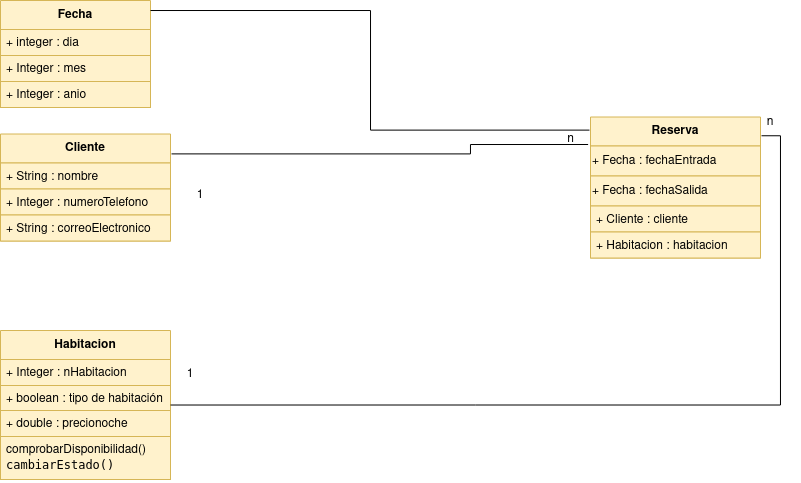
Above: asociacion.png in alejandrosalazargonzalez/asociacion (draw.io), before the change. Source tidied: cells renumbered, new cells last; positions are measured from the earlier drawing's top-left corner, leaving out a move shared by most shapes. The source it was exported from:
```xml
<mxGraphModel>
  <root>
    <mxCell id="0" />
    <mxCell id="1" parent="0" />
    <mxCell id="2" value="Habitacion" style="swimlane;fontStyle=1;align=center;verticalAlign=middle;horizontal=1;startSize=29;html=1;whiteSpace=wrap;fillColor=#fff2cc;strokeColor=#d6b656;" parent="1" vertex="1">
      <mxGeometry y="330" width="170" height="149" as="geometry" />
    </mxCell>
    <mxCell id="3" value="+ Integer : nHabitacion" style="text;strokeColor=#d6b656;fillColor=#fff2cc;align=left;verticalAlign=top;spacingLeft=4;spacingRight=4;overflow=hidden;whiteSpace=wrap;html=1;" parent="2" vertex="1">
      <mxGeometry y="29" width="170" height="26" as="geometry" />
    </mxCell>
    <mxCell id="4" value="+ boolean : tipo de habitación" style="text;strokeColor=#d6b656;fillColor=#fff2cc;align=left;verticalAlign=top;spacingLeft=4;spacingRight=4;overflow=hidden;whiteSpace=wrap;html=1;" parent="2" vertex="1">
      <mxGeometry y="55" width="170" height="25" as="geometry" />
    </mxCell>
    <mxCell id="5" value="+ double : precionoche" style="text;strokeColor=#d6b656;fillColor=#fff2cc;align=left;verticalAlign=top;spacingLeft=4;spacingRight=4;overflow=hidden;whiteSpace=wrap;html=1;" parent="2" vertex="1">
      <mxGeometry y="80" width="170" height="26" as="geometry" />
    </mxCell>
    <mxCell id="6" value="&lt;div&gt;comprobarDisponibilidad()&lt;/div&gt;&lt;div&gt;&lt;code&gt;cambiarEstado()&lt;/code&gt;&lt;/div&gt;" style="text;strokeColor=#d6b656;fillColor=#fff2cc;align=left;verticalAlign=top;spacingLeft=4;spacingRight=4;overflow=hidden;whiteSpace=wrap;html=1;" parent="2" vertex="1">
      <mxGeometry y="106" width="170" height="43" as="geometry" />
    </mxCell>
    <mxCell id="7" value="Cliente" style="swimlane;fontStyle=1;align=center;verticalAlign=middle;horizontal=1;startSize=29;html=1;whiteSpace=wrap;fillColor=#fff2cc;strokeColor=#d6b656;" parent="1" vertex="1">
      <mxGeometry y="133.5" width="170" height="107" as="geometry" />
    </mxCell>
    <mxCell id="8" value="+ String : nombre" style="text;strokeColor=#d6b656;fillColor=#fff2cc;align=left;verticalAlign=top;spacingLeft=4;spacingRight=4;overflow=hidden;whiteSpace=wrap;html=1;" parent="7" vertex="1">
      <mxGeometry y="29" width="170" height="26" as="geometry" />
    </mxCell>
    <mxCell id="9" value="+ Integer : numeroTelefono" style="text;strokeColor=#d6b656;fillColor=#fff2cc;align=left;verticalAlign=top;spacingLeft=4;spacingRight=4;overflow=hidden;whiteSpace=wrap;html=1;" parent="7" vertex="1">
      <mxGeometry y="55" width="170" height="26" as="geometry" />
    </mxCell>
    <mxCell id="10" value="+ String : correoElectronico" style="text;strokeColor=#d6b656;fillColor=#fff2cc;align=left;verticalAlign=top;spacingLeft=4;spacingRight=4;overflow=hidden;whiteSpace=wrap;html=1;" parent="7" vertex="1">
      <mxGeometry y="81" width="170" height="26" as="geometry" />
    </mxCell>
    <mxCell id="11" value="Fecha" style="swimlane;fontStyle=1;align=center;verticalAlign=middle;horizontal=1;startSize=29;html=1;whiteSpace=wrap;fillColor=#fff2cc;strokeColor=#d6b656;" parent="1" vertex="1">
      <mxGeometry width="150" height="107" as="geometry" />
    </mxCell>
    <mxCell id="12" value="+ integer : dia" style="text;strokeColor=#d6b656;fillColor=#fff2cc;align=left;verticalAlign=top;spacingLeft=4;spacingRight=4;overflow=hidden;whiteSpace=wrap;html=1;" parent="11" vertex="1">
      <mxGeometry y="29" width="150" height="26" as="geometry" />
    </mxCell>
    <mxCell id="13" value="+ Integer : mes" style="text;strokeColor=#d6b656;fillColor=#fff2cc;align=left;verticalAlign=top;spacingLeft=4;spacingRight=4;overflow=hidden;whiteSpace=wrap;html=1;" parent="11" vertex="1">
      <mxGeometry y="55" width="150" height="26" as="geometry" />
    </mxCell>
    <mxCell id="14" value="+ Integer : anio" style="text;strokeColor=#d6b656;fillColor=#fff2cc;align=left;verticalAlign=top;spacingLeft=4;spacingRight=4;overflow=hidden;whiteSpace=wrap;html=1;" parent="11" vertex="1">
      <mxGeometry y="81" width="150" height="26" as="geometry" />
    </mxCell>
    <mxCell id="15" value="Reserva" style="swimlane;fontStyle=1;align=center;verticalAlign=middle;horizontal=1;startSize=29;html=1;whiteSpace=wrap;fillColor=#fff2cc;strokeColor=#d6b656;" parent="1" vertex="1">
      <mxGeometry x="590" y="116.5" width="170" height="141" as="geometry" />
    </mxCell>
    <mxCell id="16" value="+ Fecha : fechaEntrada&lt;span style=&quot;white-space: pre;&quot;&gt;&#9;&lt;/span&gt;" style="text;html=1;align=left;verticalAlign=middle;whiteSpace=wrap;rounded=0;fillColor=#fff2cc;strokeColor=#d6b656;" parent="15" vertex="1">
      <mxGeometry y="29" width="170" height="30" as="geometry" />
    </mxCell>
    <mxCell id="17" value="+ Fecha : fechaSalida" style="text;html=1;align=left;verticalAlign=middle;whiteSpace=wrap;rounded=0;fillColor=#fff2cc;strokeColor=#d6b656;" parent="15" vertex="1">
      <mxGeometry y="59" width="170" height="30" as="geometry" />
    </mxCell>
    <mxCell id="18" value="+ Cliente : cliente" style="text;strokeColor=#d6b656;fillColor=#fff2cc;align=left;verticalAlign=top;spacingLeft=4;spacingRight=4;overflow=hidden;whiteSpace=wrap;html=1;" parent="15" vertex="1">
      <mxGeometry y="89" width="170" height="26" as="geometry" />
    </mxCell>
    <mxCell id="19" value="+ Habitacion : habitacion" style="text;strokeColor=#d6b656;fillColor=#fff2cc;align=left;verticalAlign=top;spacingLeft=4;spacingRight=4;overflow=hidden;whiteSpace=wrap;html=1;" parent="15" vertex="1">
      <mxGeometry y="115" width="170" height="26" as="geometry" />
    </mxCell>
    <mxCell id="20" value="1" style="text;html=1;align=center;verticalAlign=middle;whiteSpace=wrap;rounded=0;" parent="1" vertex="1">
      <mxGeometry x="170" y="180" width="60" height="30" as="geometry" />
    </mxCell>
    <mxCell id="21" value="n" style="text;align=center;fontStyle=0;verticalAlign=middle;spacingLeft=3;spacingRight=3;strokeColor=none;html=1;" parent="1" vertex="1">
      <mxGeometry x="530" y="126" width="80" height="26" as="geometry" />
    </mxCell>
    <mxCell id="22" style="edgeStyle=orthogonalEdgeStyle;rounded=0;jettySize=auto;html=1;entryX=1.006;entryY=0.133;entryDx=0;entryDy=0;entryPerimeter=0;endArrow=none;endFill=0;" parent="1" edge="1" source="2" target="15">
      <mxGeometry relative="1" as="geometry" />
    </mxCell>
    <mxCell id="23" value="1" style="text;html=1;align=center;verticalAlign=middle;whiteSpace=wrap;rounded=0;" parent="1" vertex="1">
      <mxGeometry x="160" y="359" width="60" height="30" as="geometry" />
    </mxCell>
    <mxCell id="24" style="edgeStyle=orthogonalEdgeStyle;rounded=0;jettySize=auto;html=1;entryX=-0.006;entryY=0.093;entryDx=0;entryDy=0;entryPerimeter=0;endArrow=none;endFill=0;" parent="1" edge="1" source="11" target="15">
      <mxGeometry relative="1" as="geometry">
        <Array as="points">
          <mxPoint x="370" y="10" />
          <mxPoint x="370" y="130" />
        </Array>
      </mxGeometry>
    </mxCell>
    <mxCell id="25" style="edgeStyle=orthogonalEdgeStyle;rounded=0;jettySize=auto;html=1;entryX=-0.014;entryY=0.195;entryDx=0;entryDy=0;entryPerimeter=0;endArrow=none;endFill=0;exitX=1.006;exitY=0.186;exitDx=0;exitDy=0;exitPerimeter=0;" parent="1" edge="1" source="7" target="15">
      <mxGeometry relative="1" as="geometry">
        <Array as="points">
          <mxPoint x="470" y="153" />
          <mxPoint x="470" y="144" />
        </Array>
      </mxGeometry>
    </mxCell>
    <mxCell id="26" value="n" style="text;html=1;align=center;verticalAlign=middle;whiteSpace=wrap;rounded=0;" parent="1" vertex="1">
      <mxGeometry x="740" y="107" width="60" height="30" as="geometry" />
    </mxCell>
  </root>
</mxGraphModel>
```
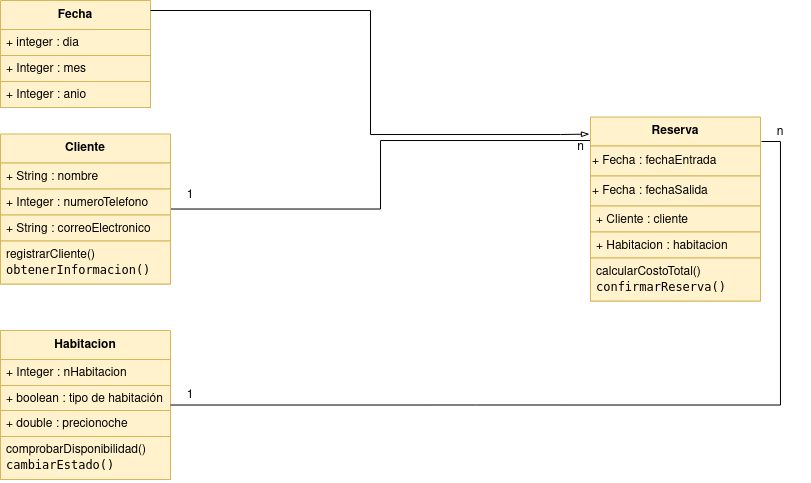
The same diagram one commit later.

Change to the diagram source:
```diff
@@ -17,8 +17,16 @@
     <mxCell id="6" value="&lt;div&gt;comprobarDisponibilidad()&lt;/div&gt;&lt;div&gt;&lt;code&gt;cambiarEstado()&lt;/code&gt;&lt;/div&gt;" style="text;strokeColor=#d6b656;fillColor=#fff2cc;align=left;verticalAlign=top;spacingLeft=4;spacingRight=4;overflow=hidden;whiteSpace=wrap;html=1;" parent="2" vertex="1">
       <mxGeometry y="106" width="170" height="43" as="geometry" />
     </mxCell>
+    <mxCell id="25" style="edgeStyle=orthogonalEdgeStyle;rounded=0;jettySize=auto;html=1;endArrow=none;endFill=0;" parent="1" edge="1" source="7" target="15">
+      <mxGeometry relative="1" as="geometry">
+        <Array as="points">
+          <mxPoint x="380" y="209" />
+          <mxPoint x="380" y="140" />
+        </Array>
+      </mxGeometry>
+    </mxCell>
     <mxCell id="7" value="Cliente" style="swimlane;fontStyle=1;align=center;verticalAlign=middle;horizontal=1;startSize=29;html=1;whiteSpace=wrap;fillColor=#fff2cc;strokeColor=#d6b656;" parent="1" vertex="1">
-      <mxGeometry y="133.5" width="170" height="107" as="geometry" />
+      <mxGeometry y="133.5" width="170" height="150" as="geometry" />
     </mxCell>
     <mxCell id="8" value="+ String : nombre" style="text;strokeColor=#d6b656;fillColor=#fff2cc;align=left;verticalAlign=top;spacingLeft=4;spacingRight=4;overflow=hidden;whiteSpace=wrap;html=1;" parent="7" vertex="1">
       <mxGeometry y="29" width="170" height="26" as="geometry" />
@@ -29,6 +37,9 @@
     <mxCell id="10" value="+ String : correoElectronico" style="text;strokeColor=#d6b656;fillColor=#fff2cc;align=left;verticalAlign=top;spacingLeft=4;spacingRight=4;overflow=hidden;whiteSpace=wrap;html=1;" parent="7" vertex="1">
       <mxGeometry y="81" width="170" height="26" as="geometry" />
     </mxCell>
+    <mxCell id="27" value="&lt;div&gt;registrarCliente()&lt;/div&gt;&lt;div&gt;&lt;code&gt;obtenerInformacion()&lt;/code&gt;&lt;/div&gt;" style="text;strokeColor=#d6b656;fillColor=#fff2cc;align=left;verticalAlign=top;spacingLeft=4;spacingRight=4;overflow=hidden;whiteSpace=wrap;html=1;" parent="7" vertex="1">
+      <mxGeometry y="107" width="170" height="43" as="geometry" />
+    </mxCell>
     <mxCell id="11" value="Fecha" style="swimlane;fontStyle=1;align=center;verticalAlign=middle;horizontal=1;startSize=29;html=1;whiteSpace=wrap;fillColor=#fff2cc;strokeColor=#d6b656;" parent="1" vertex="1">
       <mxGeometry width="150" height="107" as="geometry" />
     </mxCell>
@@ -42,7 +53,7 @@
       <mxGeometry y="81" width="150" height="26" as="geometry" />
     </mxCell>
     <mxCell id="15" value="Reserva" style="swimlane;fontStyle=1;align=center;verticalAlign=middle;horizontal=1;startSize=29;html=1;whiteSpace=wrap;fillColor=#fff2cc;strokeColor=#d6b656;" parent="1" vertex="1">
-      <mxGeometry x="590" y="116.5" width="170" height="141" as="geometry" />
+      <mxGeometry x="590" y="116.5" width="170" height="184" as="geometry" />
     </mxCell>
     <mxCell id="16" value="+ Fecha : fechaEntrada&lt;span style=&quot;white-space: pre;&quot;&gt;&#9;&lt;/span&gt;" style="text;html=1;align=left;verticalAlign=middle;whiteSpace=wrap;rounded=0;fillColor=#fff2cc;strokeColor=#d6b656;" parent="15" vertex="1">
       <mxGeometry y="29" width="170" height="30" as="geometry" />
@@ -56,36 +67,32 @@
     <mxCell id="19" value="+ Habitacion : habitacion" style="text;strokeColor=#d6b656;fillColor=#fff2cc;align=left;verticalAlign=top;spacingLeft=4;spacingRight=4;overflow=hidden;whiteSpace=wrap;html=1;" parent="15" vertex="1">
       <mxGeometry y="115" width="170" height="26" as="geometry" />
     </mxCell>
+    <mxCell id="28" value="&lt;div&gt;calcularCostoTotal()&lt;/div&gt;&lt;div&gt;&lt;code&gt;confirmarReserva()&lt;/code&gt;&lt;/div&gt;" style="text;strokeColor=#d6b656;fillColor=#fff2cc;align=left;verticalAlign=top;spacingLeft=4;spacingRight=4;overflow=hidden;whiteSpace=wrap;html=1;" parent="15" vertex="1">
+      <mxGeometry y="141" width="170" height="43" as="geometry" />
+    </mxCell>
     <mxCell id="20" value="1" style="text;html=1;align=center;verticalAlign=middle;whiteSpace=wrap;rounded=0;" parent="1" vertex="1">
-      <mxGeometry x="170" y="180" width="60" height="30" as="geometry" />
+      <mxGeometry x="160" y="180" width="60" height="30" as="geometry" />
     </mxCell>
     <mxCell id="21" value="n" style="text;align=center;fontStyle=0;verticalAlign=middle;spacingLeft=3;spacingRight=3;strokeColor=none;html=1;" parent="1" vertex="1">
-      <mxGeometry x="530" y="126" width="80" height="26" as="geometry" />
+      <mxGeometry x="540" y="133.5" width="80" height="26" as="geometry" />
     </mxCell>
     <mxCell id="22" style="edgeStyle=orthogonalEdgeStyle;rounded=0;jettySize=auto;html=1;entryX=1.006;entryY=0.133;entryDx=0;entryDy=0;entryPerimeter=0;endArrow=none;endFill=0;" parent="1" edge="1" source="2" target="15">
       <mxGeometry relative="1" as="geometry" />
     </mxCell>
     <mxCell id="23" value="1" style="text;html=1;align=center;verticalAlign=middle;whiteSpace=wrap;rounded=0;" parent="1" vertex="1">
-      <mxGeometry x="160" y="359" width="60" height="30" as="geometry" />
+      <mxGeometry x="160" y="380" width="60" height="30" as="geometry" />
     </mxCell>
-    <mxCell id="24" style="edgeStyle=orthogonalEdgeStyle;rounded=0;jettySize=auto;html=1;entryX=-0.006;entryY=0.093;entryDx=0;entryDy=0;entryPerimeter=0;endArrow=none;endFill=0;" parent="1" edge="1" source="11" target="15">
+    <mxCell id="24" style="edgeStyle=orthogonalEdgeStyle;rounded=0;jettySize=auto;html=1;entryX=-0.006;entryY=0.093;entryDx=0;entryDy=0;entryPerimeter=0;endArrow=blockThin;endFill=0;" parent="1" edge="1" source="11" target="15">
       <mxGeometry relative="1" as="geometry">
         <Array as="points">
           <mxPoint x="370" y="10" />
-          <mxPoint x="370" y="130" />
+          <mxPoint x="370" y="134" />
+          <mxPoint x="560" y="134" />
         </Array>
       </mxGeometry>
     </mxCell>
-    <mxCell id="25" style="edgeStyle=orthogonalEdgeStyle;rounded=0;jettySize=auto;html=1;entryX=-0.014;entryY=0.195;entryDx=0;entryDy=0;entryPerimeter=0;endArrow=none;endFill=0;exitX=1.006;exitY=0.186;exitDx=0;exitDy=0;exitPerimeter=0;" parent="1" edge="1" source="7" target="15">
-      <mxGeometry relative="1" as="geometry">
-        <Array as="points">
-          <mxPoint x="470" y="153" />
-          <mxPoint x="470" y="144" />
-        </Array>
-      </mxGeometry>
-    </mxCell>
     <mxCell id="26" value="n" style="text;html=1;align=center;verticalAlign=middle;whiteSpace=wrap;rounded=0;" parent="1" vertex="1">
-      <mxGeometry x="740" y="107" width="60" height="30" as="geometry" />
+      <mxGeometry x="750" y="116.5" width="60" height="30" as="geometry" />
     </mxCell>
   </root>
 </mxGraphModel>
```
